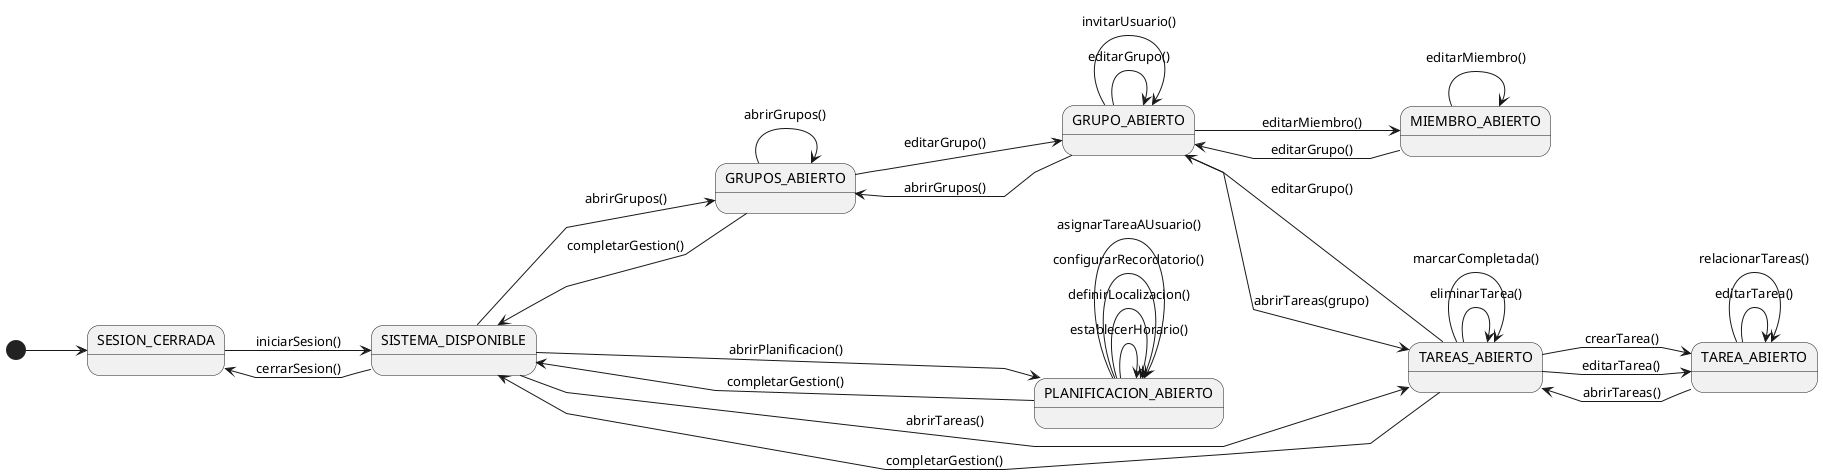
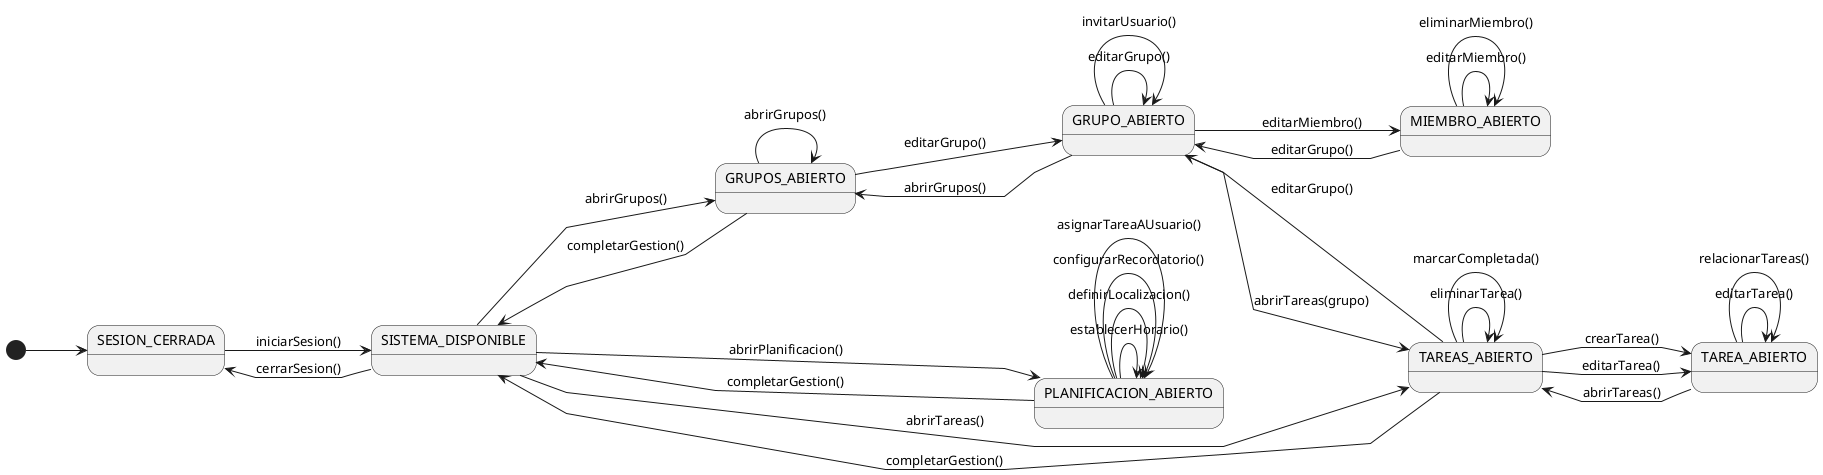
- @startuml DiagramaContextoAdmin
+ @startuml DiagramaContextoMiembroAdmin
left to right direction
skinparam linetype polyline

state "SESION_CERRADA" as NoAuth
state "SISTEMA_DISPONIBLE" as Menu

state "PLANIFICACION_ABIERTO" as Planificacion

state "TAREAS_ABIERTO" as ListProgramas
state "TAREA_ABIERTO" as EditPrograma

state "GRUPOS_ABIERTO" as ListGrupos
state "GRUPO_ABIERTO" as EditGrupo

state "MIEMBRO_ABIERTO" as EditMiembro

[*] --> NoAuth

NoAuth --> Menu : iniciarSesion()

Menu --> NoAuth : cerrarSesion()
Menu --> ListProgramas: abrirTareas()
Menu --> ListGrupos: abrirGrupos()
Menu ---> Planificacion: abrirPlanificacion()

Planificacion --> Planificacion: establecerHorario()
Planificacion --> Planificacion: definirLocalizacion()
Planificacion --> Planificacion: configurarRecordatorio()
Planificacion --> Planificacion: asignarTareaAUsuario()

ListProgramas --> EditPrograma: crearTarea()
ListProgramas --> EditPrograma: editarTarea()
ListProgramas --> ListProgramas: eliminarTarea()
ListProgramas --> ListProgramas: marcarCompletada()
ListProgramas --> EditGrupo: editarGrupo()

EditPrograma --> EditPrograma: editarTarea()
EditPrograma --> ListProgramas: abrirTareas()
EditPrograma --> EditPrograma: relacionarTareas()

ListGrupos --> EditGrupo: editarGrupo()
ListGrupos --> ListGrupos: abrirGrupos()

EditGrupo --> ListGrupos: abrirGrupos()
EditGrupo --> EditGrupo: editarGrupo()
EditGrupo --> EditGrupo: invitarUsuario()
EditGrupo --> EditMiembro: editarMiembro()
EditGrupo --> ListProgramas: abrirTareas(grupo)

EditMiembro --> EditGrupo: editarGrupo()
EditMiembro --> EditMiembro: editarMiembro()
+ EditMiembro --> EditMiembro: eliminarMiembro()

ListProgramas --> Menu: completarGestion()
ListGrupos --> Menu: completarGestion()
Planificacion --> Menu: completarGestion()
@enduml